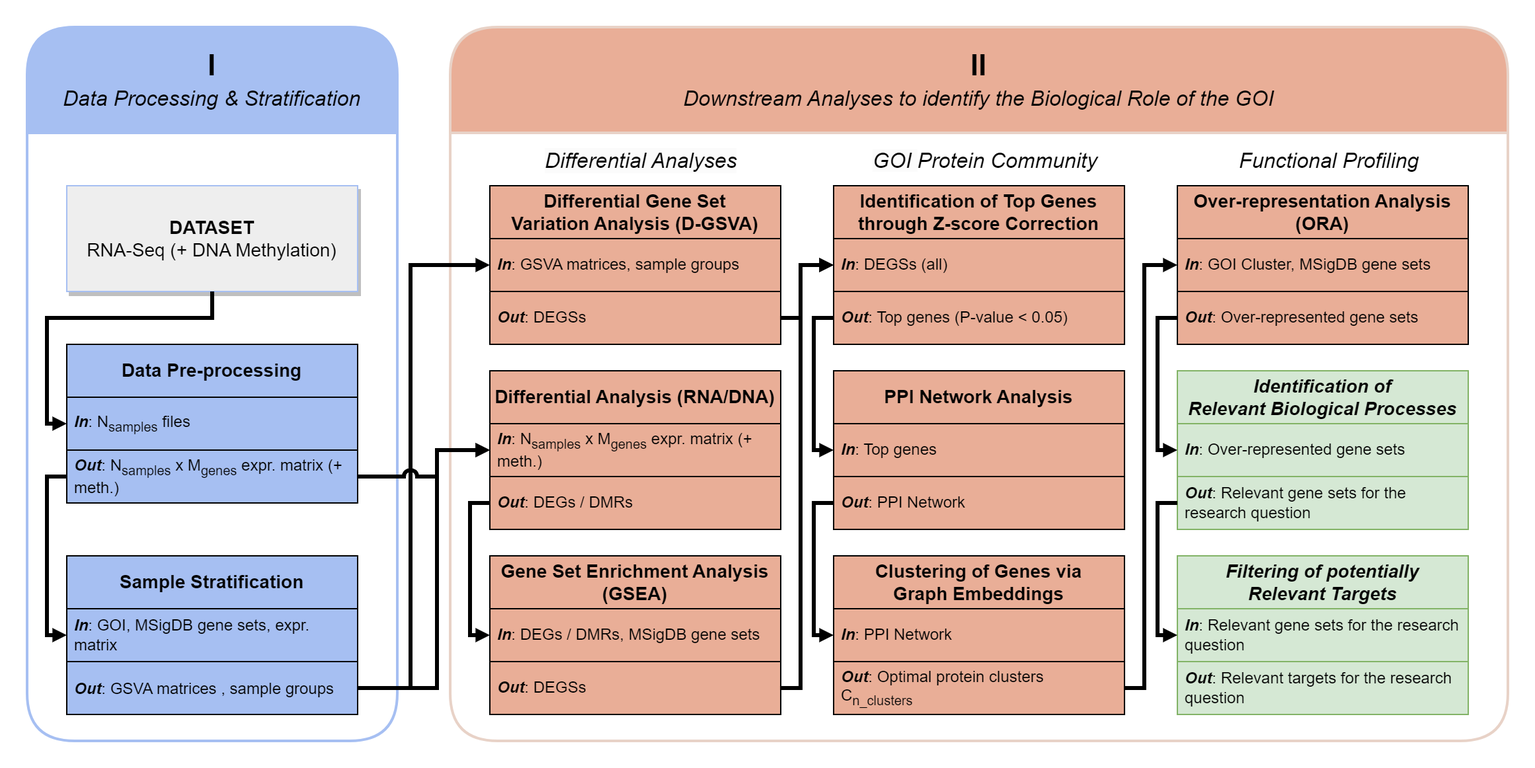
Before: docs/1_workflow.png, a diagram exported from draw.io (CarlosUziel/goi-strat). Source tidied: cells renumbered, new cells last; positions are measured from the earlier drawing's top-left corner, leaving out a move shared by most shapes.
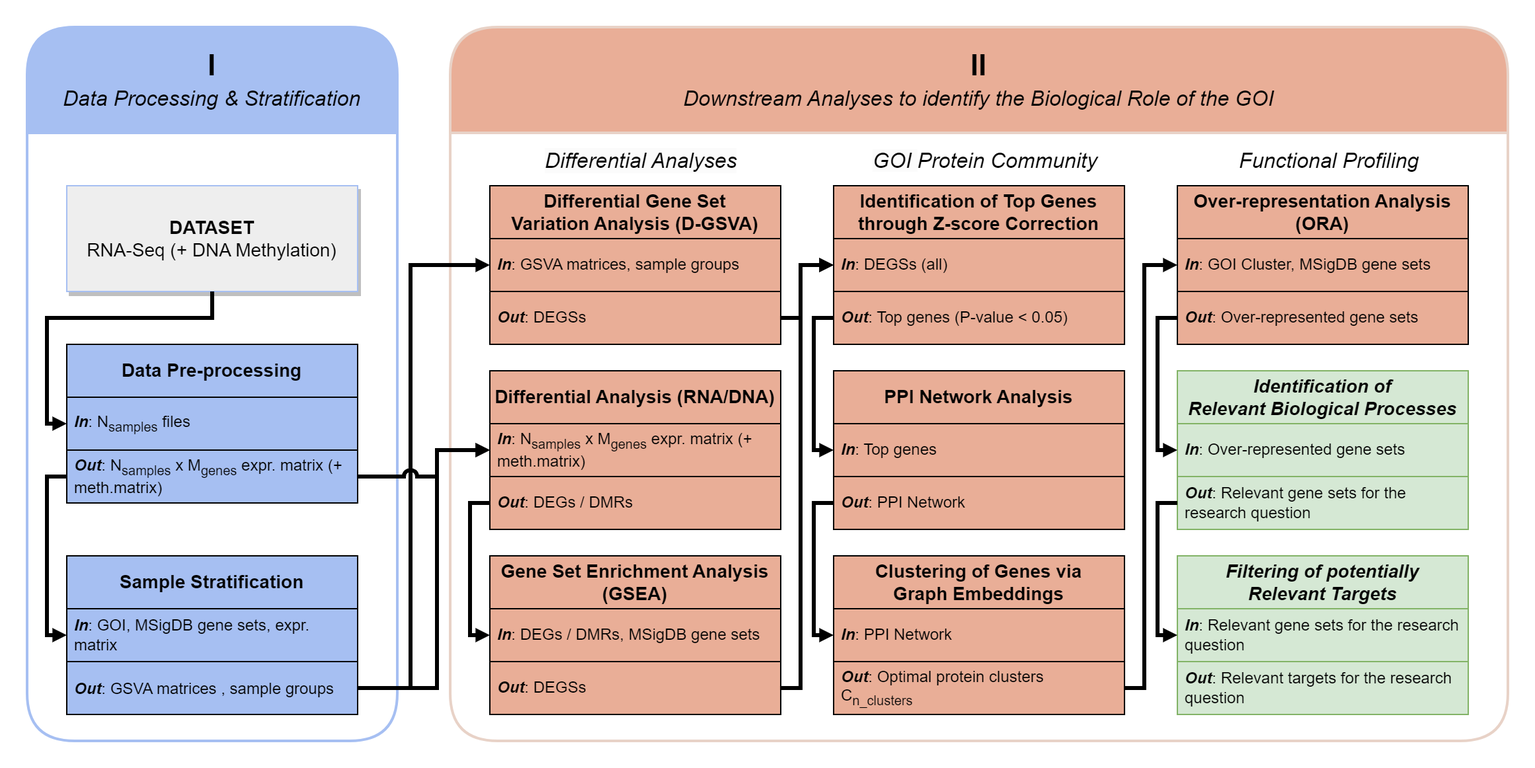
The same file after the commit.

Commit message:
Update GOI workflow diagram with meth. matrix.

Change to the diagram source:
```diff
@@ -36,7 +36,7 @@
     <mxCell id="11" value="&lt;i&gt;&lt;b&gt;In&lt;/b&gt;&lt;/i&gt;: N&lt;sub style=&quot;border-color: var(--border-color);&quot;&gt;samples&lt;/sub&gt;&amp;nbsp;files" style="text;strokeColor=default;fillColor=#A6BFF2;align=left;verticalAlign=middle;spacingLeft=4;spacingRight=4;overflow=hidden;points=[[0,0.5],[1,0.5]];portConstraint=eastwest;whiteSpace=wrap;html=1;fontSize=12;gradientColor=none;" parent="10" vertex="1">
       <mxGeometry y="40" width="220" height="40" as="geometry" />
     </mxCell>
-    <mxCell id="12" value="&lt;i style=&quot;border-color: var(--border-color);&quot;&gt;&lt;b&gt;Out&lt;/b&gt;&lt;/i&gt;: N&lt;sub style=&quot;border-color: var(--border-color);&quot;&gt;samples&lt;/sub&gt;&amp;nbsp;x M&lt;sub style=&quot;border-color: var(--border-color);&quot;&gt;genes&lt;/sub&gt;&amp;nbsp;expr. matrix (+ meth.)" style="text;strokeColor=default;fillColor=#a6bff2;align=left;verticalAlign=middle;spacingLeft=4;spacingRight=4;overflow=hidden;points=[[0,0.5],[1,0.5]];portConstraint=eastwest;whiteSpace=wrap;html=1;fontSize=12;" parent="10" vertex="1">
+    <mxCell id="12" value="&lt;i style=&quot;border-color: var(--border-color);&quot;&gt;&lt;b&gt;Out&lt;/b&gt;&lt;/i&gt;: N&lt;sub style=&quot;border-color: var(--border-color);&quot;&gt;samples&lt;/sub&gt;&amp;nbsp;x M&lt;sub style=&quot;border-color: var(--border-color);&quot;&gt;genes&lt;/sub&gt;&amp;nbsp;expr. matrix (+ meth.matrix)" style="text;strokeColor=default;fillColor=#a6bff2;align=left;verticalAlign=middle;spacingLeft=4;spacingRight=4;overflow=hidden;points=[[0,0.5],[1,0.5]];portConstraint=eastwest;whiteSpace=wrap;html=1;fontSize=12;" parent="10" vertex="1">
       <mxGeometry y="80" width="220" height="40" as="geometry" />
     </mxCell>
     <mxCell id="13" style="edgeStyle=orthogonalEdgeStyle;html=1;strokeWidth=3;endArrow=block;endFill=1;entryX=0;entryY=0.5;entryDx=0;entryDy=0;exitX=0;exitY=0.5;exitDx=0;exitDy=0;rounded=0;endSize=3;startSize=3;" parent="4" edge="1" source="12" target="8">
@@ -112,7 +112,7 @@
     <mxCell id="26" value="&lt;div style=&quot;border-color: var(--border-color); font-size: 14px;&quot;&gt;&lt;div style=&quot;border-color: var(--border-color); font-size: 12px;&quot;&gt;&lt;div style=&quot;border-color: var(--border-color); font-size: 14px;&quot;&gt;&lt;b style=&quot;border-color: var(--border-color);&quot;&gt;Differential Analysis&amp;nbsp;&lt;span style=&quot;border-color: var(--border-color); background-color: initial;&quot;&gt;(RNA/DNA)&lt;/span&gt;&lt;/b&gt;&lt;/div&gt;&lt;/div&gt;&lt;/div&gt;" style="swimlane;fontStyle=0;horizontal=1;startSize=40;whiteSpace=wrap;html=1;fontSize=12;strokeColor=#000000;fillColor=#E9AE97;" parent="15" vertex="1">
       <mxGeometry x="30" y="260" width="220" height="120" as="geometry" />
     </mxCell>
-    <mxCell id="27" value="&lt;i&gt;&lt;b&gt;In&lt;/b&gt;&lt;/i&gt;:&amp;nbsp;&lt;span style=&quot;border-color: var(--border-color); background-color: initial;&quot;&gt;N&lt;/span&gt;&lt;sub style=&quot;border-color: var(--border-color); background-color: initial;&quot;&gt;samples&lt;/sub&gt;&lt;span style=&quot;border-color: var(--border-color); background-color: initial;&quot;&gt;&amp;nbsp;x M&lt;/span&gt;&lt;sub style=&quot;border-color: var(--border-color); background-color: initial;&quot;&gt;genes&lt;/sub&gt;&lt;span style=&quot;border-color: var(--border-color); background-color: initial;&quot;&gt;&amp;nbsp;expr. matrix (+ meth.)&lt;/span&gt;" style="text;strokeColor=default;fillColor=#E9AE97;align=left;verticalAlign=middle;spacingLeft=4;spacingRight=4;overflow=hidden;points=[[0,0.5],[1,0.5]];portConstraint=eastwest;whiteSpace=wrap;html=1;fontSize=12;gradientColor=none;" parent="26" vertex="1">
+    <mxCell id="27" value="&lt;i&gt;&lt;b&gt;In&lt;/b&gt;&lt;/i&gt;:&amp;nbsp;&lt;span style=&quot;border-color: var(--border-color); background-color: initial;&quot;&gt;N&lt;/span&gt;&lt;sub style=&quot;border-color: var(--border-color); background-color: initial;&quot;&gt;samples&lt;/sub&gt;&lt;span style=&quot;border-color: var(--border-color); background-color: initial;&quot;&gt;&amp;nbsp;x M&lt;/span&gt;&lt;sub style=&quot;border-color: var(--border-color); background-color: initial;&quot;&gt;genes&lt;/sub&gt;&lt;span style=&quot;border-color: var(--border-color); background-color: initial;&quot;&gt;&amp;nbsp;expr. matrix (+ meth.matrix)&lt;/span&gt;" style="text;strokeColor=default;fillColor=#E9AE97;align=left;verticalAlign=middle;spacingLeft=4;spacingRight=4;overflow=hidden;points=[[0,0.5],[1,0.5]];portConstraint=eastwest;whiteSpace=wrap;html=1;fontSize=12;gradientColor=none;" parent="26" vertex="1">
       <mxGeometry y="40" width="220" height="40" as="geometry" />
     </mxCell>
     <mxCell id="28" value="&lt;i style=&quot;border-color: var(--border-color);&quot;&gt;&lt;b&gt;Out&lt;/b&gt;&lt;/i&gt;: DEGs / DMRs" style="text;strokeColor=default;fillColor=#E9AE97;align=left;verticalAlign=middle;spacingLeft=4;spacingRight=4;overflow=hidden;points=[[0,0.5],[1,0.5]];portConstraint=eastwest;whiteSpace=wrap;html=1;fontSize=12;" parent="26" vertex="1">
```
